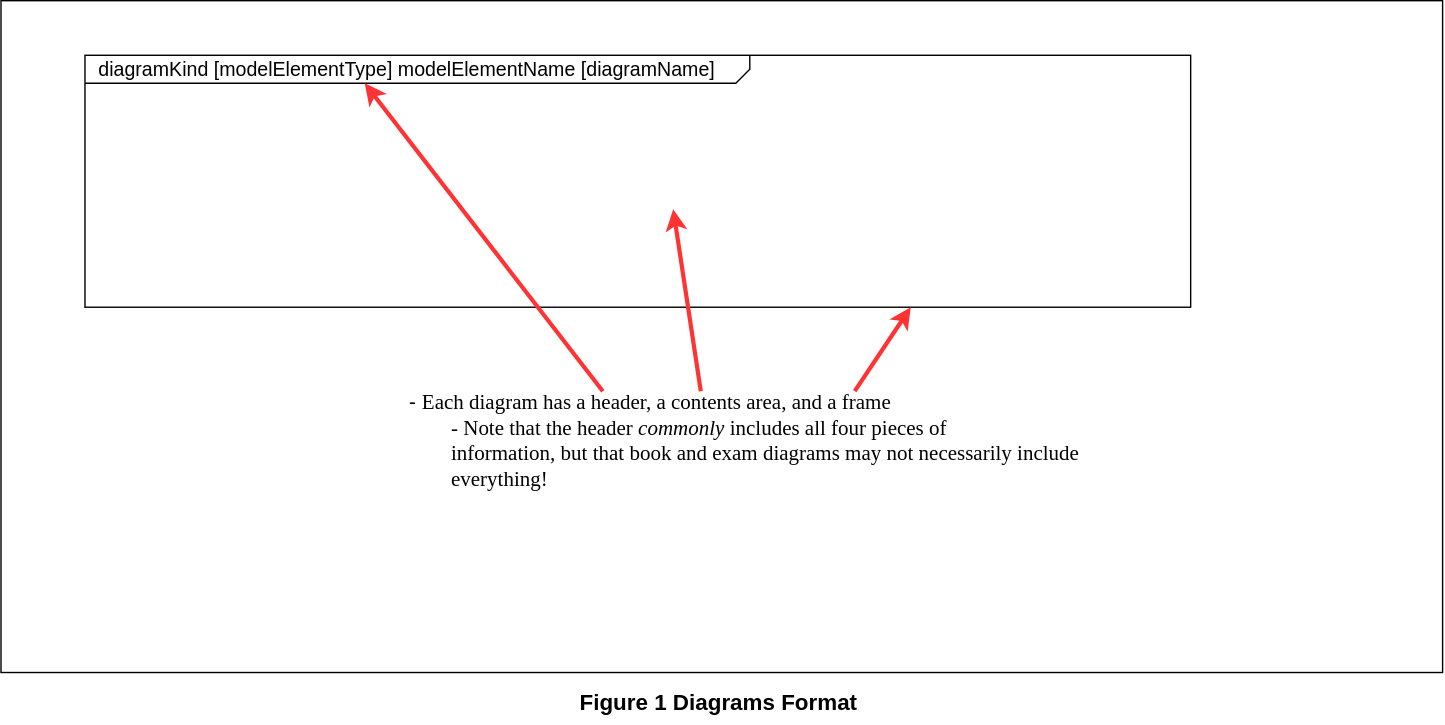
Before: SysML Lessons/SVGs/Diagrams Format.svg, a diagram exported from draw.io (JeffreyWerth/AWS-Architecture-Model-Repository). Source tidied: cells renumbered, new cells last; positions are measured from the earlier drawing's top-left corner, leaving out a move shared by most shapes.
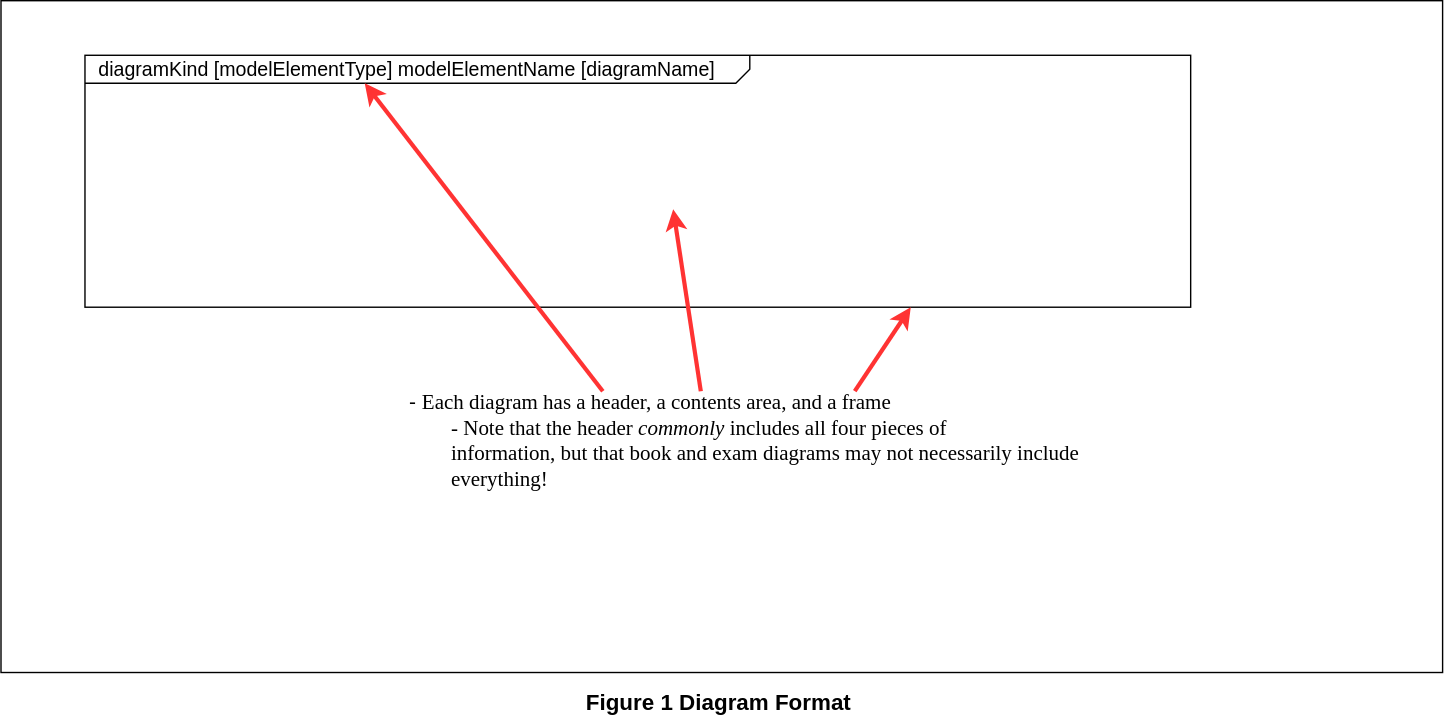
Above is the later version.

The edit, as a diff of the source:
```diff
@@ -5,7 +5,7 @@
     <mxCell id="2" style="rounded=0;whiteSpace=wrap;html=1;" parent="1" vertex="1">
       <mxGeometry width="1030" height="480" as="geometry" />
     </mxCell>
-    <mxCell id="3" value="&lt;font style=&quot;font-size: 16px;&quot;&gt;Figure 1 Diagrams Format&lt;/font&gt;" style="text;html=1;strokeColor=none;fillColor=none;align=center;verticalAlign=middle;whiteSpace=wrap;rounded=0;fontStyle=1;fontSize=16;" parent="1" vertex="1">
+    <mxCell id="3" value="&lt;font style=&quot;font-size: 16px;&quot;&gt;Figure 1 Diagram Format&lt;/font&gt;" style="text;html=1;strokeColor=none;fillColor=none;align=center;verticalAlign=middle;whiteSpace=wrap;rounded=0;fontStyle=1;fontSize=16;" parent="1" vertex="1">
       <mxGeometry x="392.5" y="486" width="240" height="30" as="geometry" />
     </mxCell>
     <mxCell id="4" value="&lt;p style=&quot;text-align: left; margin: 4px 0px 0px 10px; line-height: 90%; font-size: 14px;&quot;&gt;&lt;span style=&quot;border-color: var(--border-color);&quot;&gt;diagramKind&lt;/span&gt;&lt;span style=&quot;border-color: var(--border-color);&quot;&gt;&amp;nbsp;[&lt;/span&gt;&lt;span style=&quot;border-color: var(--border-color);&quot;&gt;modelElementType&lt;/span&gt;&lt;span style=&quot;border-color: var(--border-color);&quot;&gt;]&amp;nbsp;&lt;/span&gt;&lt;span style=&quot;border-color: var(--border-color);&quot;&gt;modelElementName&lt;/span&gt;&lt;span style=&quot;border-color: var(--border-color);&quot;&gt;&amp;nbsp;[&lt;/span&gt;&lt;span style=&quot;border-color: var(--border-color);&quot;&gt;diagramName&lt;/span&gt;&lt;span style=&quot;border-color: var(--border-color);&quot;&gt;]&lt;/span&gt;&lt;br&gt;&lt;/p&gt;" style="html=1;shape=mxgraph.sysml.package;html=1;overflow=fill;whiteSpace=wrap;fontSize=16;labelX=475.33;" parent="1" vertex="1">
```
